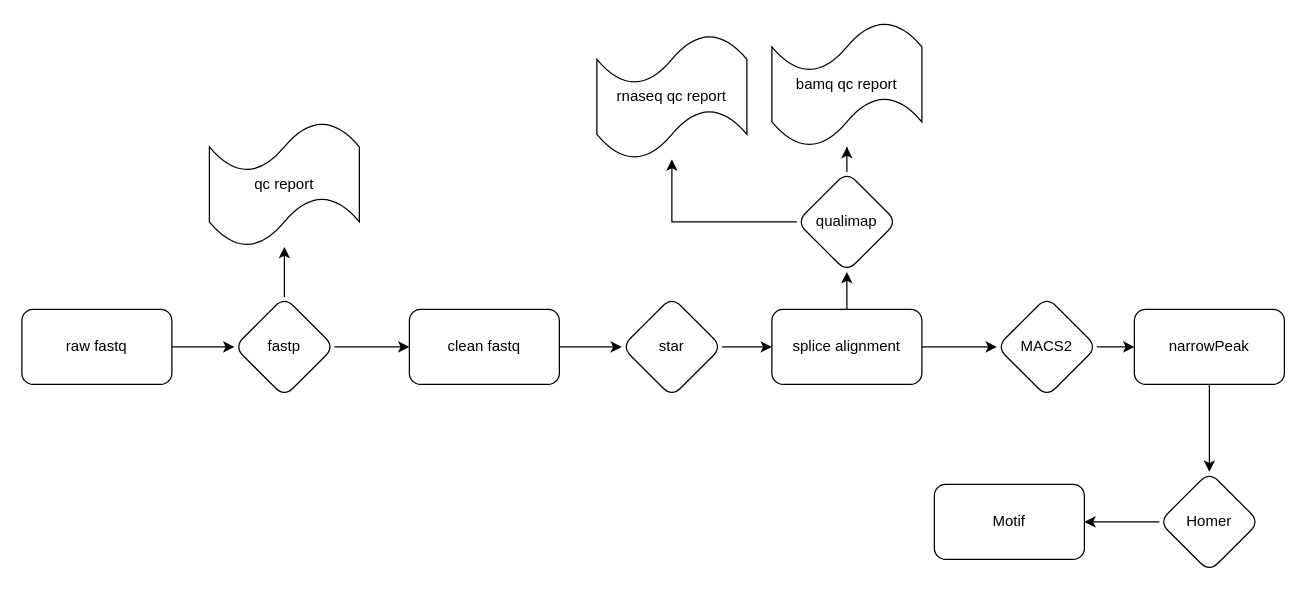
Above: workflow.drawio in loganylchen/snakeRIP (draw.io), before the change. Source tidied: cells renumbered, new cells numbered last; positions are measured from the earlier drawing's top-left corner, leaving out a move shared by most shapes. Both pictures are drawn from the tidied source at 125%, with x=0, y=0 at pixel (21, 21).
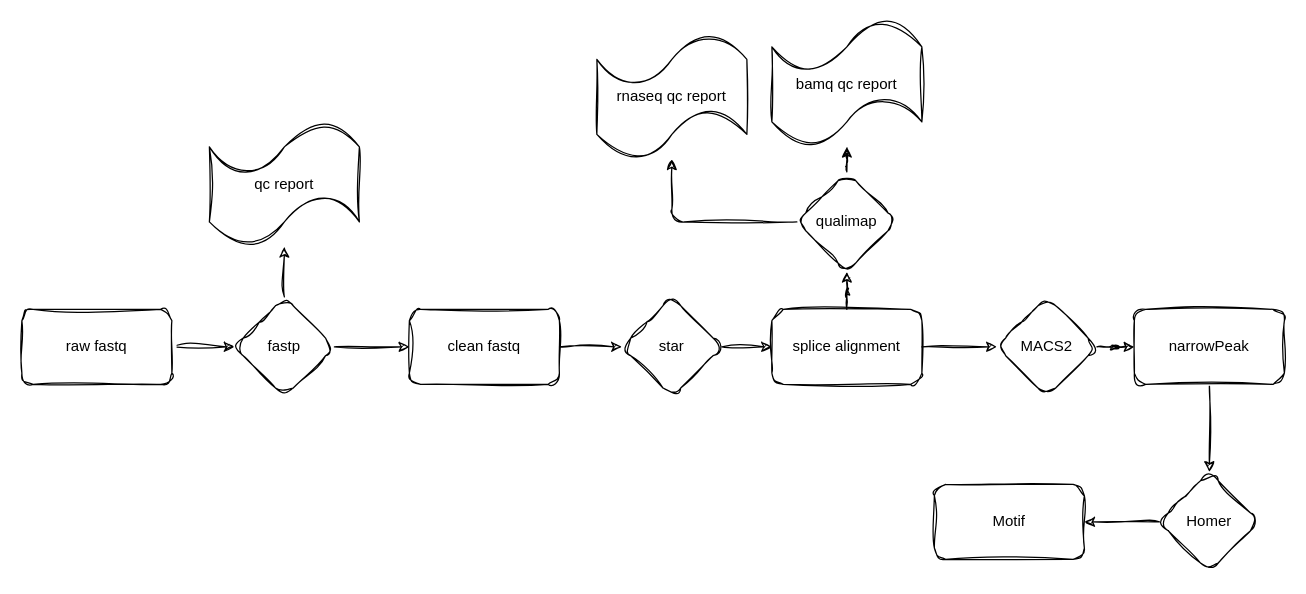
Above is the later version.

The edit, as a diff of the source:
```diff
@@
-    <mxCell id="2" style="edgeStyle=orthogonalEdgeStyle;rounded=0;jettySize=auto;html=1;" parent="1" edge="1" source="3" target="6">
+    <mxCell id="2" style="edgeStyle=orthogonalEdgeStyle;rounded=1;jettySize=auto;html=1;sketch=1;curveFitting=1;jiggle=2;" parent="1" edge="1" source="3" target="6">
       <mxGeometry relative="1" as="geometry" />
     </mxCell>
-    <mxCell id="3" value="raw fastq" style="rounded=1;whiteSpace=wrap;html=1;" parent="1" vertex="1">
+    <mxCell id="3" value="raw fastq" style="rounded=1;whiteSpace=wrap;html=1;sketch=1;curveFitting=1;jiggle=2;" parent="1" vertex="1">
       <mxGeometry y="230" width="120" height="60" as="geometry" />
     </mxCell>
-    <mxCell id="4" style="edgeStyle=orthogonalEdgeStyle;rounded=0;jettySize=auto;html=1;" parent="1" edge="1" source="6" target="8">
+    <mxCell id="4" style="edgeStyle=orthogonalEdgeStyle;rounded=1;jettySize=auto;html=1;sketch=1;curveFitting=1;jiggle=2;" parent="1" edge="1" source="6" target="8">
       <mxGeometry relative="1" as="geometry" />
     </mxCell>
-    <mxCell id="5" style="edgeStyle=orthogonalEdgeStyle;rounded=0;jettySize=auto;html=1;" parent="1" edge="1" source="6" target="9">
+    <mxCell id="5" style="edgeStyle=orthogonalEdgeStyle;rounded=1;jettySize=auto;html=1;sketch=1;curveFitting=1;jiggle=2;" parent="1" edge="1" source="6" target="9">
       <mxGeometry relative="1" as="geometry" />
     </mxCell>
-    <mxCell id="6" value="fastp" style="rhombus;whiteSpace=wrap;html=1;rounded=1;" parent="1" vertex="1">
+    <mxCell id="6" value="fastp" style="rhombus;whiteSpace=wrap;html=1;rounded=1;sketch=1;curveFitting=1;jiggle=2;" parent="1" vertex="1">
       <mxGeometry x="170" y="220" width="80" height="80" as="geometry" />
     </mxCell>
-    <mxCell id="7" style="edgeStyle=orthogonalEdgeStyle;rounded=0;jettySize=auto;html=1;" parent="1" edge="1" source="8" target="11">
+    <mxCell id="7" style="edgeStyle=orthogonalEdgeStyle;rounded=1;jettySize=auto;html=1;sketch=1;curveFitting=1;jiggle=2;" parent="1" edge="1" source="8" target="11">
       <mxGeometry relative="1" as="geometry" />
     </mxCell>
-    <mxCell id="8" value="clean fastq" style="whiteSpace=wrap;html=1;rounded=1;" parent="1" vertex="1">
+    <mxCell id="8" value="clean fastq" style="whiteSpace=wrap;html=1;rounded=1;sketch=1;curveFitting=1;jiggle=2;" parent="1" vertex="1">
       <mxGeometry x="310" y="230" width="120" height="60" as="geometry" />
     </mxCell>
-    <mxCell id="9" value="qc report" style="shape=tape;whiteSpace=wrap;html=1;rounded=1;" parent="1" vertex="1">
+    <mxCell id="9" value="qc report" style="shape=tape;whiteSpace=wrap;html=1;rounded=1;sketch=1;curveFitting=1;jiggle=2;" parent="1" vertex="1">
       <mxGeometry x="150" y="80" width="120" height="100" as="geometry" />
     </mxCell>
-    <mxCell id="10" style="edgeStyle=orthogonalEdgeStyle;rounded=0;jettySize=auto;html=1;" parent="1" edge="1" source="11" target="14">
+    <mxCell id="10" style="edgeStyle=orthogonalEdgeStyle;rounded=1;jettySize=auto;html=1;sketch=1;curveFitting=1;jiggle=2;" parent="1" edge="1" source="11" target="14">
       <mxGeometry relative="1" as="geometry" />
     </mxCell>
-    <mxCell id="11" value="star" style="rhombus;whiteSpace=wrap;html=1;rounded=1;" parent="1" vertex="1">
+    <mxCell id="11" value="star" style="rhombus;whiteSpace=wrap;html=1;rounded=1;sketch=1;curveFitting=1;jiggle=2;" parent="1" vertex="1">
       <mxGeometry x="480" y="220" width="80" height="80" as="geometry" />
     </mxCell>
-    <mxCell id="12" style="edgeStyle=orthogonalEdgeStyle;rounded=0;jettySize=auto;html=1;" parent="1" edge="1" source="14" target="17">
+    <mxCell id="12" style="edgeStyle=orthogonalEdgeStyle;rounded=1;jettySize=auto;html=1;sketch=1;curveFitting=1;jiggle=2;" parent="1" edge="1" source="14" target="17">
       <mxGeometry relative="1" as="geometry" />
     </mxCell>
-    <mxCell id="13" style="edgeStyle=orthogonalEdgeStyle;rounded=0;jettySize=auto;html=1;" parent="1" edge="1" source="14" target="21">
+    <mxCell id="13" style="edgeStyle=orthogonalEdgeStyle;rounded=1;jettySize=auto;html=1;sketch=1;curveFitting=1;jiggle=2;" parent="1" edge="1" source="14" target="21">
       <mxGeometry relative="1" as="geometry" />
     </mxCell>
-    <mxCell id="14" value="splice alignment" style="whiteSpace=wrap;html=1;rounded=1;" parent="1" vertex="1">
+    <mxCell id="14" value="splice alignment" style="whiteSpace=wrap;html=1;rounded=1;sketch=1;curveFitting=1;jiggle=2;" parent="1" vertex="1">
       <mxGeometry x="600" y="230" width="120" height="60" as="geometry" />
     </mxCell>
-    <mxCell id="15" style="edgeStyle=orthogonalEdgeStyle;rounded=0;jettySize=auto;html=1;" parent="1" edge="1" source="17" target="18">
+    <mxCell id="15" style="edgeStyle=orthogonalEdgeStyle;rounded=1;jettySize=auto;html=1;sketch=1;curveFitting=1;jiggle=2;" parent="1" edge="1" source="17" target="18">
       <mxGeometry relative="1" as="geometry" />
     </mxCell>
-    <mxCell id="16" style="edgeStyle=orthogonalEdgeStyle;rounded=0;jettySize=auto;html=1;" parent="1" edge="1" source="17" target="19">
+    <mxCell id="16" style="edgeStyle=orthogonalEdgeStyle;rounded=1;jettySize=auto;html=1;sketch=1;curveFitting=1;jiggle=2;" parent="1" edge="1" source="17" target="19">
       <mxGeometry relative="1" as="geometry" />
     </mxCell>
-    <mxCell id="17" value="qualimap" style="rhombus;whiteSpace=wrap;html=1;rounded=1;" parent="1" vertex="1">
+    <mxCell id="17" value="qualimap" style="rhombus;whiteSpace=wrap;html=1;rounded=1;sketch=1;curveFitting=1;jiggle=2;" parent="1" vertex="1">
       <mxGeometry x="620" y="120" width="80" height="80" as="geometry" />
     </mxCell>
-    <mxCell id="18" value="rnaseq qc report" style="shape=tape;whiteSpace=wrap;html=1;rounded=1;" parent="1" vertex="1">
+    <mxCell id="18" value="rnaseq qc report" style="shape=tape;whiteSpace=wrap;html=1;rounded=1;sketch=1;curveFitting=1;jiggle=2;" parent="1" vertex="1">
       <mxGeometry x="460" y="10" width="120" height="100" as="geometry" />
     </mxCell>
-    <mxCell id="19" value="bamq qc report" style="shape=tape;whiteSpace=wrap;html=1;rounded=1;" parent="1" vertex="1">
+    <mxCell id="19" value="bamq qc report" style="shape=tape;whiteSpace=wrap;html=1;rounded=1;sketch=1;curveFitting=1;jiggle=2;" parent="1" vertex="1">
       <mxGeometry x="600" width="120" height="100" as="geometry" />
     </mxCell>
-    <mxCell id="20" style="edgeStyle=orthogonalEdgeStyle;rounded=0;jettySize=auto;html=1;" parent="1" edge="1" source="21" target="23">
+    <mxCell id="20" style="edgeStyle=orthogonalEdgeStyle;rounded=1;jettySize=auto;html=1;sketch=1;curveFitting=1;jiggle=2;" parent="1" edge="1" source="21" target="23">
       <mxGeometry relative="1" as="geometry" />
     </mxCell>
-    <mxCell id="21" value="MACS2" style="rhombus;whiteSpace=wrap;html=1;rounded=1;" parent="1" vertex="1">
+    <mxCell id="21" value="MACS2" style="rhombus;whiteSpace=wrap;html=1;rounded=1;sketch=1;curveFitting=1;jiggle=2;" parent="1" vertex="1">
       <mxGeometry x="780" y="220" width="80" height="80" as="geometry" />
     </mxCell>
-    <mxCell id="22" style="edgeStyle=orthogonalEdgeStyle;rounded=0;jettySize=auto;html=1;" parent="1" edge="1" source="23" target="25">
+    <mxCell id="22" style="edgeStyle=orthogonalEdgeStyle;rounded=1;jettySize=auto;html=1;sketch=1;curveFitting=1;jiggle=2;" parent="1" edge="1" source="23" target="25">
       <mxGeometry relative="1" as="geometry" />
     </mxCell>
-    <mxCell id="23" value="narrowPeak" style="whiteSpace=wrap;html=1;rounded=1;" parent="1" vertex="1">
+    <mxCell id="23" value="narrowPeak" style="whiteSpace=wrap;html=1;rounded=1;sketch=1;curveFitting=1;jiggle=2;" parent="1" vertex="1">
       <mxGeometry x="890" y="230" width="120" height="60" as="geometry" />
     </mxCell>
-    <mxCell id="24" style="edgeStyle=orthogonalEdgeStyle;rounded=0;jettySize=auto;html=1;" parent="1" edge="1" source="25" target="26">
+    <mxCell id="24" style="edgeStyle=orthogonalEdgeStyle;rounded=1;jettySize=auto;html=1;sketch=1;curveFitting=1;jiggle=2;" parent="1" edge="1" source="25" target="26">
       <mxGeometry relative="1" as="geometry" />
     </mxCell>
-    <mxCell id="25" value="Homer" style="rhombus;whiteSpace=wrap;html=1;rounded=1;" parent="1" vertex="1">
+    <mxCell id="25" value="Homer" style="rhombus;whiteSpace=wrap;html=1;rounded=1;sketch=1;curveFitting=1;jiggle=2;" parent="1" vertex="1">
       <mxGeometry x="910" y="360" width="80" height="80" as="geometry" />
     </mxCell>
-    <mxCell id="26" value="Motif" style="whiteSpace=wrap;html=1;rounded=1;" parent="1" vertex="1">
+    <mxCell id="26" value="Motif" style="whiteSpace=wrap;html=1;rounded=1;sketch=1;curveFitting=1;jiggle=2;" parent="1" vertex="1">
       <mxGeometry x="730" y="370" width="120" height="60" as="geometry" />
     </mxCell>
```
